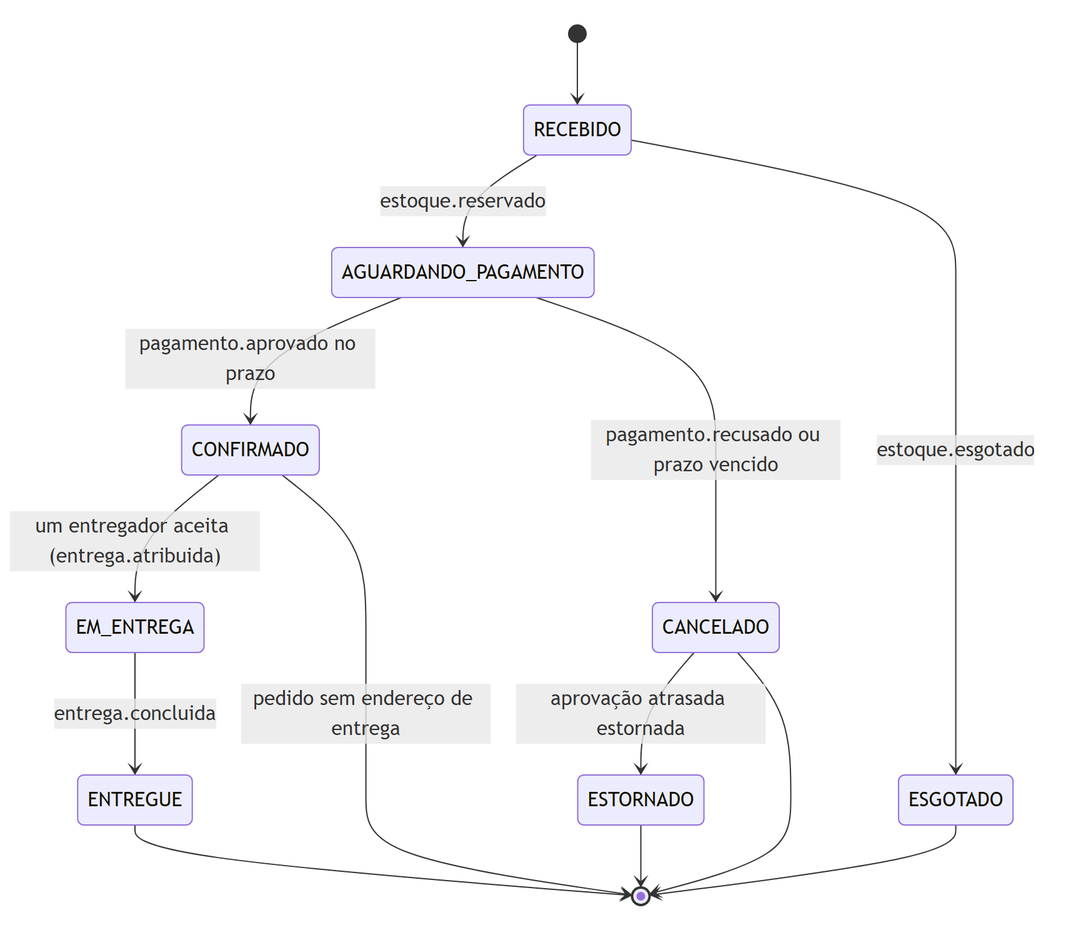
Before: docs/arquitetura/estados.png, a diagram exported from Mermaid (yurirrabelo/5bitsdelivery). Its source is kept beside it as docs/arquitetura/estados.mmd.
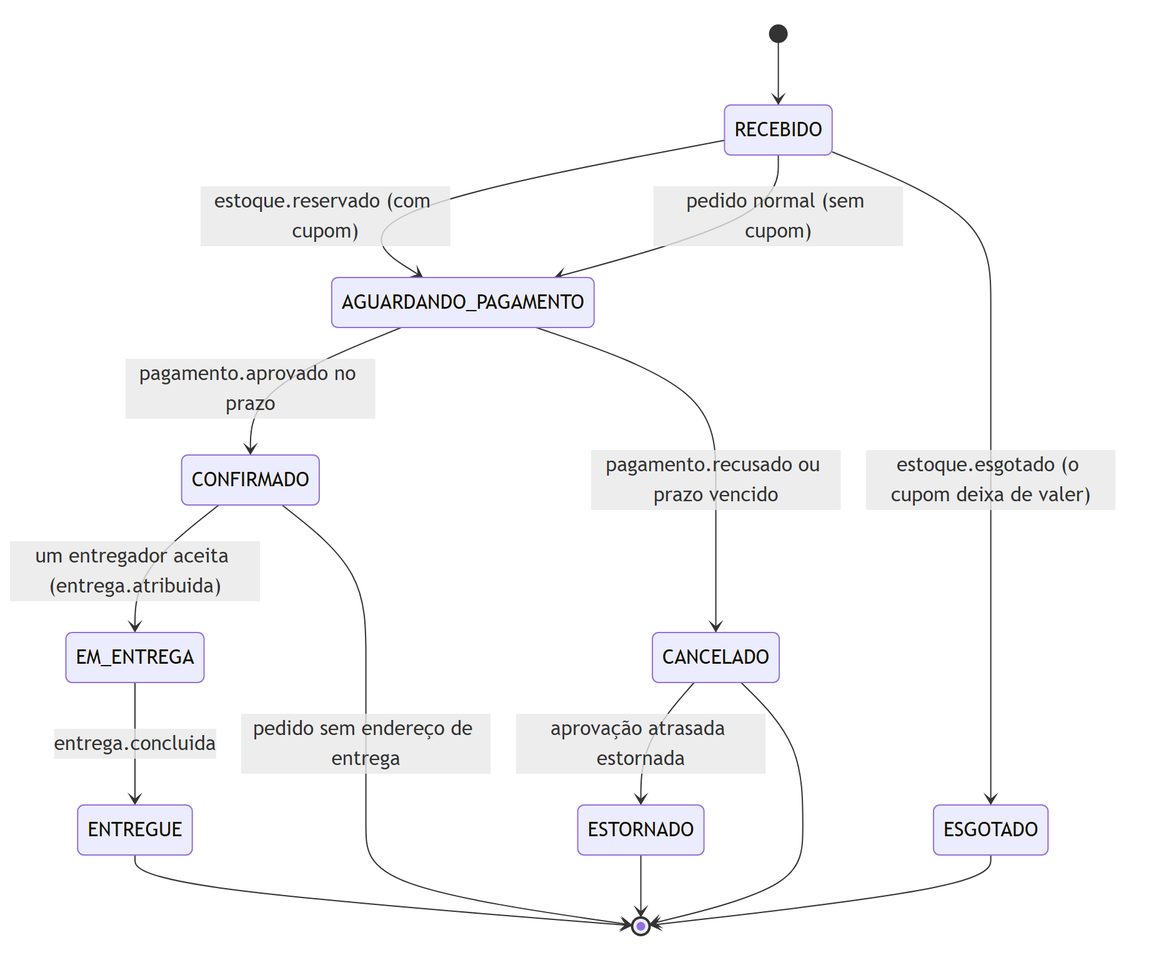
Later version of the same file.

The edit, as a diff of the source:
```diff
@@ -1,7 +1,8 @@
 stateDiagram-v2
     [*] --> RECEBIDO
-    RECEBIDO --> AGUARDANDO_PAGAMENTO: estoque.reservado
-    RECEBIDO --> ESGOTADO: estoque.esgotado
+    RECEBIDO --> AGUARDANDO_PAGAMENTO: estoque.reservado (com cupom)
+    RECEBIDO --> AGUARDANDO_PAGAMENTO: pedido normal (sem cupom)
+    RECEBIDO --> ESGOTADO: estoque.esgotado (o cupom deixa de valer)
     AGUARDANDO_PAGAMENTO --> CONFIRMADO: pagamento.aprovado no prazo
     AGUARDANDO_PAGAMENTO --> CANCELADO: pagamento.recusado ou prazo vencido
     CANCELADO --> ESTORNADO: aprovação atrasada estornada
```
